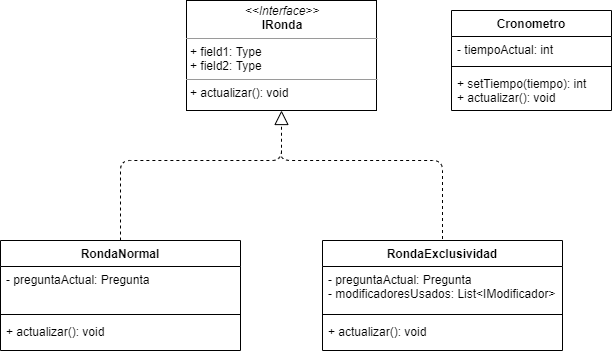
This is informe/diagramaRonda.png from AndresJalife/Kahoot-2.0, a draw.io export, as it was before one commit. Source tidied: cells renumbered, new cells last; positions are measured from the earlier drawing's top-left corner, leaving out a move shared by most shapes.
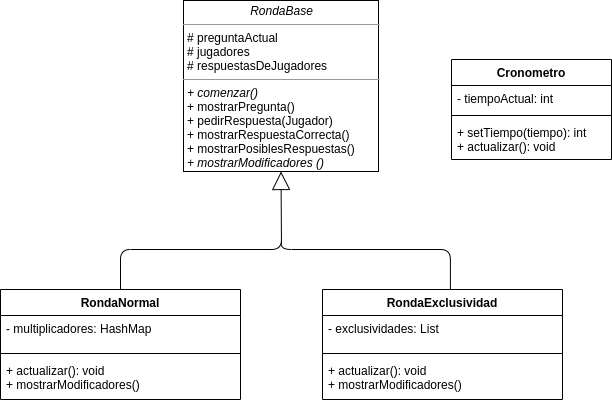
Above is the later version.

Diff of the diagram source:
```diff
@@ -2,49 +2,32 @@
   <root>
     <mxCell id="0" />
     <mxCell id="1" parent="0" />
-    <mxCell id="2" value="&lt;p style=&quot;margin: 0px ; margin-top: 4px ; text-align: center&quot;&gt;&lt;i&gt;&amp;lt;&amp;lt;Interface&amp;gt;&amp;gt;&lt;/i&gt;&lt;br&gt;&lt;span style=&quot;font-weight: 700&quot;&gt;IRonda&lt;/span&gt;&lt;br&gt;&lt;/p&gt;&lt;hr size=&quot;1&quot;&gt;&lt;p style=&quot;margin: 0px ; margin-left: 4px&quot;&gt;+ field1: Type&lt;br&gt;+ field2: Type&lt;/p&gt;&lt;hr size=&quot;1&quot;&gt;&lt;p style=&quot;margin: 0px ; margin-left: 4px&quot;&gt;+ actualizar(): void&lt;br&gt;&lt;/p&gt;" style="verticalAlign=top;align=left;overflow=fill;fontSize=12;fontFamily=Helvetica;html=1;" parent="1" vertex="1">
-      <mxGeometry x="186" width="190" height="110" as="geometry" />
+    <mxCell id="2" value="&lt;p style=&quot;margin: 0px ; margin-top: 4px ; text-align: center&quot;&gt;&lt;i&gt;RondaBase&lt;/i&gt;&lt;/p&gt;&lt;hr size=&quot;1&quot;&gt;&lt;p style=&quot;margin: 0px ; margin-left: 4px&quot;&gt;# preguntaActual&lt;/p&gt;&lt;p style=&quot;margin: 0px ; margin-left: 4px&quot;&gt;# jugadores&lt;/p&gt;&lt;p style=&quot;margin: 0px ; margin-left: 4px&quot;&gt;# respuestasDeJugadores&lt;/p&gt;&lt;hr size=&quot;1&quot;&gt;&lt;p style=&quot;margin: 0px ; margin-left: 4px&quot;&gt;&lt;i&gt;+ comenzar()&lt;/i&gt;&lt;br&gt;&lt;/p&gt;&lt;p style=&quot;margin: 0px ; margin-left: 4px&quot;&gt;+ mostrarPregunta()&lt;/p&gt;&lt;p style=&quot;margin: 0px ; margin-left: 4px&quot;&gt;+ pedirRespuesta(Jugador)&lt;/p&gt;&lt;p style=&quot;margin: 0px ; margin-left: 4px&quot;&gt;+ mostrarRespuestaCorrecta()&lt;/p&gt;&lt;p style=&quot;margin: 0px ; margin-left: 4px&quot;&gt;+ mostrarPosiblesRespuestas()&lt;/p&gt;&lt;p style=&quot;margin: 0px ; margin-left: 4px&quot;&gt;&lt;i&gt;+ mostrarModificadores ()&lt;/i&gt;&lt;/p&gt;" style="verticalAlign=top;align=left;overflow=fill;fontSize=12;fontFamily=Helvetica;html=1;" parent="1" vertex="1">
+      <mxGeometry x="183" y="-49" width="195" height="171" as="geometry" />
     </mxCell>
-    <mxCell id="3" style="endArrow=none;dashed=1;html=1;entryX=0.5;entryY=0;entryDx=0;entryDy=0;" parent="1" edge="1" target="9">
-      <mxGeometry relative="1" as="geometry">
-        <mxPoint x="281" y="150" as="sourcePoint" />
-        <Array as="points">
-          <mxPoint x="281" y="160" />
-          <mxPoint x="442" y="160" />
-        </Array>
-      </mxGeometry>
-    </mxCell>
-    <mxCell id="4" style="endArrow=block;dashed=1;endFill=0;endSize=12;html=1;exitX=0.5;exitY=0;exitDx=0;exitDy=0;entryX=0.5;entryY=1;entryDx=0;entryDy=0;" parent="1" edge="1" source="5" target="2">
-      <mxGeometry relative="1" as="geometry">
-        <Array as="points">
-          <mxPoint x="120" y="160" />
-          <mxPoint x="281" y="160" />
-        </Array>
-      </mxGeometry>
-    </mxCell>
     <mxCell id="5" value="RondaNormal" style="swimlane;fontStyle=1;align=center;verticalAlign=top;horizontal=1;startSize=26;" parent="1" vertex="1">
       <mxGeometry y="240" width="240" height="110" as="geometry" />
     </mxCell>
-    <mxCell id="6" value="- preguntaActual: Pregunta&#10;" style="text;strokeColor=none;fillColor=none;align=left;verticalAlign=top;spacingLeft=4;spacingRight=4;overflow=hidden;" parent="5" vertex="1">
-      <mxGeometry y="26" width="240" height="44" as="geometry" />
+    <mxCell id="6" value="- multiplicadores: HashMap" style="text;strokeColor=none;fillColor=none;align=left;verticalAlign=top;spacingLeft=4;spacingRight=4;overflow=hidden;" parent="5" vertex="1">
+      <mxGeometry y="26" width="240" height="34" as="geometry" />
     </mxCell>
     <mxCell id="7" style="line;strokeWidth=1;fillColor=none;align=left;verticalAlign=middle;spacingTop=-1;spacingLeft=3;spacingRight=3;labelPosition=right;" parent="5" vertex="1">
-      <mxGeometry y="70" width="240" height="8" as="geometry" />
+      <mxGeometry y="60" width="240" height="8" as="geometry" />
     </mxCell>
-    <mxCell id="8" value="+ actualizar(): void" style="text;strokeColor=none;fillColor=none;align=left;verticalAlign=top;spacingLeft=4;spacingRight=4;overflow=hidden;" parent="5" vertex="1">
-      <mxGeometry y="78" width="240" height="32" as="geometry" />
+    <mxCell id="8" value="+ actualizar(): void&#10;+ mostrarModificadores()" style="text;strokeColor=none;fillColor=none;align=left;verticalAlign=top;spacingLeft=4;spacingRight=4;overflow=hidden;" parent="5" vertex="1">
+      <mxGeometry y="68" width="240" height="42" as="geometry" />
     </mxCell>
     <mxCell id="9" value="RondaExclusividad" style="swimlane;fontStyle=1;align=center;verticalAlign=top;horizontal=1;startSize=26;" parent="1" vertex="1">
       <mxGeometry x="322" y="240" width="240" height="110" as="geometry" />
     </mxCell>
-    <mxCell id="10" value="- preguntaActual: Pregunta&#10;- modificadoresUsados: List&lt;IModificador&gt;&#10;" style="text;strokeColor=none;fillColor=none;align=left;verticalAlign=top;spacingLeft=4;spacingRight=4;overflow=hidden;" parent="9" vertex="1">
-      <mxGeometry y="26" width="240" height="44" as="geometry" />
+    <mxCell id="10" value="- exclusividades: List" style="text;strokeColor=none;fillColor=none;align=left;verticalAlign=top;spacingLeft=4;spacingRight=4;overflow=hidden;" parent="9" vertex="1">
+      <mxGeometry y="26" width="240" height="34" as="geometry" />
     </mxCell>
     <mxCell id="11" style="line;strokeWidth=1;fillColor=none;align=left;verticalAlign=middle;spacingTop=-1;spacingLeft=3;spacingRight=3;labelPosition=right;" parent="9" vertex="1">
-      <mxGeometry y="70" width="240" height="8" as="geometry" />
+      <mxGeometry y="60" width="240" height="8" as="geometry" />
     </mxCell>
-    <mxCell id="12" value="+ actualizar(): void" style="text;strokeColor=none;fillColor=none;align=left;verticalAlign=top;spacingLeft=4;spacingRight=4;overflow=hidden;" parent="9" vertex="1">
-      <mxGeometry y="78" width="240" height="32" as="geometry" />
+    <mxCell id="12" value="+ actualizar(): void&#10;+ mostrarModificadores()" style="text;strokeColor=none;fillColor=none;align=left;verticalAlign=top;spacingLeft=4;spacingRight=4;overflow=hidden;" parent="9" vertex="1">
+      <mxGeometry y="68" width="240" height="42" as="geometry" />
     </mxCell>
     <mxCell id="13" value="Cronometro" style="swimlane;fontStyle=1;align=center;verticalAlign=top;horizontal=1;startSize=26;" parent="1" vertex="1">
       <mxGeometry x="451" y="10" width="160" height="100" as="geometry" />
@@ -58,5 +41,22 @@
     <mxCell id="16" value="+ setTiempo(tiempo): int&#10;+ actualizar(): void" style="text;strokeColor=none;fillColor=none;align=left;verticalAlign=top;spacingLeft=4;spacingRight=4;overflow=hidden;" parent="13" vertex="1">
       <mxGeometry y="60" width="160" height="40" as="geometry" />
     </mxCell>
+    <mxCell id="4" style="endArrow=block;endSize=16;endFill=0;html=1;entryX=0.5;entryY=1;entryDx=0;entryDy=0;exitX=0.5;exitY=0;exitDx=0;exitDy=0;" parent="1" edge="1" source="5" target="2">
+      <mxGeometry relative="1" as="geometry">
+        <Array as="points">
+          <mxPoint x="120" y="200" />
+          <mxPoint x="281" y="200" />
+        </Array>
+      </mxGeometry>
+    </mxCell>
+    <mxCell id="17" style="endArrow=none;html=1;edgeStyle=orthogonalEdgeStyle;entryX=0.533;entryY=0;entryDx=0;entryDy=0;entryPerimeter=0;" parent="1" edge="1" target="9">
+      <mxGeometry relative="1" as="geometry">
+        <mxPoint x="281" y="190" as="sourcePoint" />
+        <Array as="points">
+          <mxPoint x="281" y="200" />
+          <mxPoint x="450" y="200" />
+        </Array>
+      </mxGeometry>
+    </mxCell>
   </root>
 </mxGraphModel>
```
